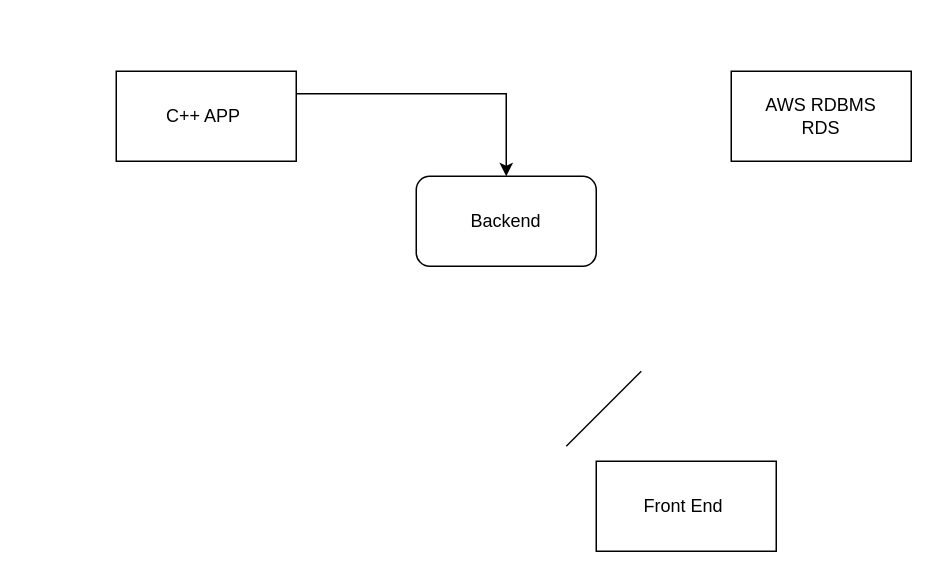
Before: Untitled Diagram.drawio in bidyashish/draw.io-system-design, a draw.io diagram. Source tidied: cells renumbered, new cells numbered last; positions are measured from the earlier drawing's top-left corner, leaving out a move shared by most shapes. Both pictures are drawn from the tidied source at 150%, with x=0, y=0 at pixel (116, 70).
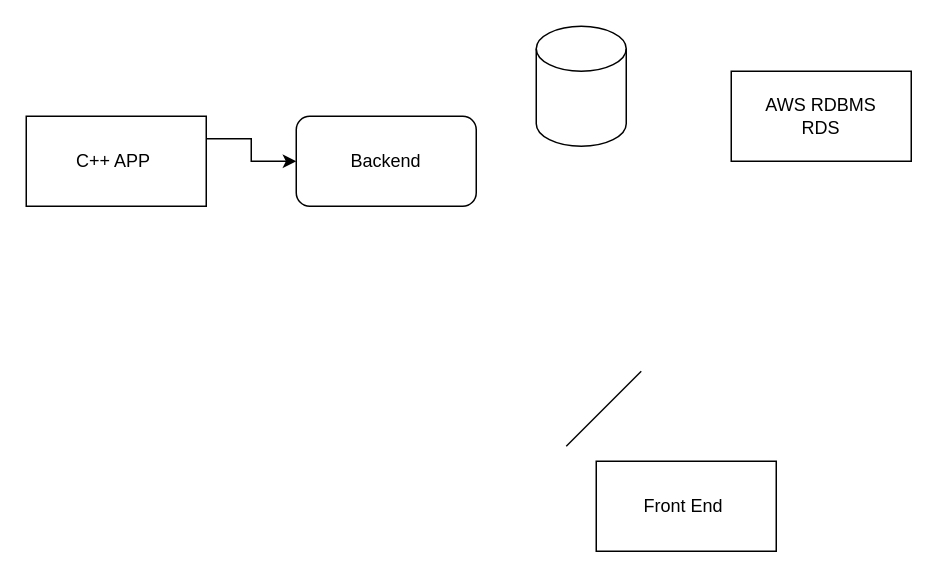
Above is the later version.

Diff of the diagram source:
```diff
@@
 <mxGraphModel>
   <root>
     <mxCell id="0" />
     <mxCell id="1" parent="0" />
     <mxCell id="2" value="AWS RDBMS&lt;br&gt;RDS" style="rounded=0;whiteSpace=wrap;html=1;" parent="1" vertex="1">
       <mxGeometry x="410" width="120" height="60" as="geometry" />
     </mxCell>
     <mxCell id="3" value="Front End&amp;nbsp;" style="rounded=0;whiteSpace=wrap;html=1;" parent="1" vertex="1">
       <mxGeometry x="320" y="260" width="120" height="60" as="geometry" />
     </mxCell>
     <mxCell id="4" value="Backend" style="rounded=1;whiteSpace=wrap;html=1;" parent="1" vertex="1">
-      <mxGeometry x="200" y="70" width="120" height="60" as="geometry" />
+      <mxGeometry x="120" y="30" width="120" height="60" as="geometry" />
     </mxCell>
     <mxCell id="5" style="edgeStyle=orthogonalEdgeStyle;rounded=0;jettySize=auto;html=1;exitX=1;exitY=0.25;exitDx=0;exitDy=0;" parent="1" edge="1" source="6" target="4">
       <mxGeometry relative="1" as="geometry" />
     </mxCell>
     <mxCell id="6" value="C++ APP&amp;nbsp;" style="rounded=0;whiteSpace=wrap;html=1;" parent="1" vertex="1">
-      <mxGeometry width="120" height="60" as="geometry" />
+      <mxGeometry x="-60" y="30" width="120" height="60" as="geometry" />
     </mxCell>
     <mxCell id="7" style="endArrow=none;html=1;" parent="1" edge="1">
       <mxGeometry relative="1" as="geometry">
         <mxPoint x="300" y="250" as="sourcePoint" />
         <mxPoint x="350" y="200" as="targetPoint" />
       </mxGeometry>
     </mxCell>
+    <mxCell id="8" style="shape=cylinder3;whiteSpace=wrap;html=1;boundedLbl=1;backgroundOutline=1;size=15;" parent="1" vertex="1">
+      <mxGeometry x="280" y="-30" width="60" height="80" as="geometry" />
+    </mxCell>
   </root>
 </mxGraphModel>
```
